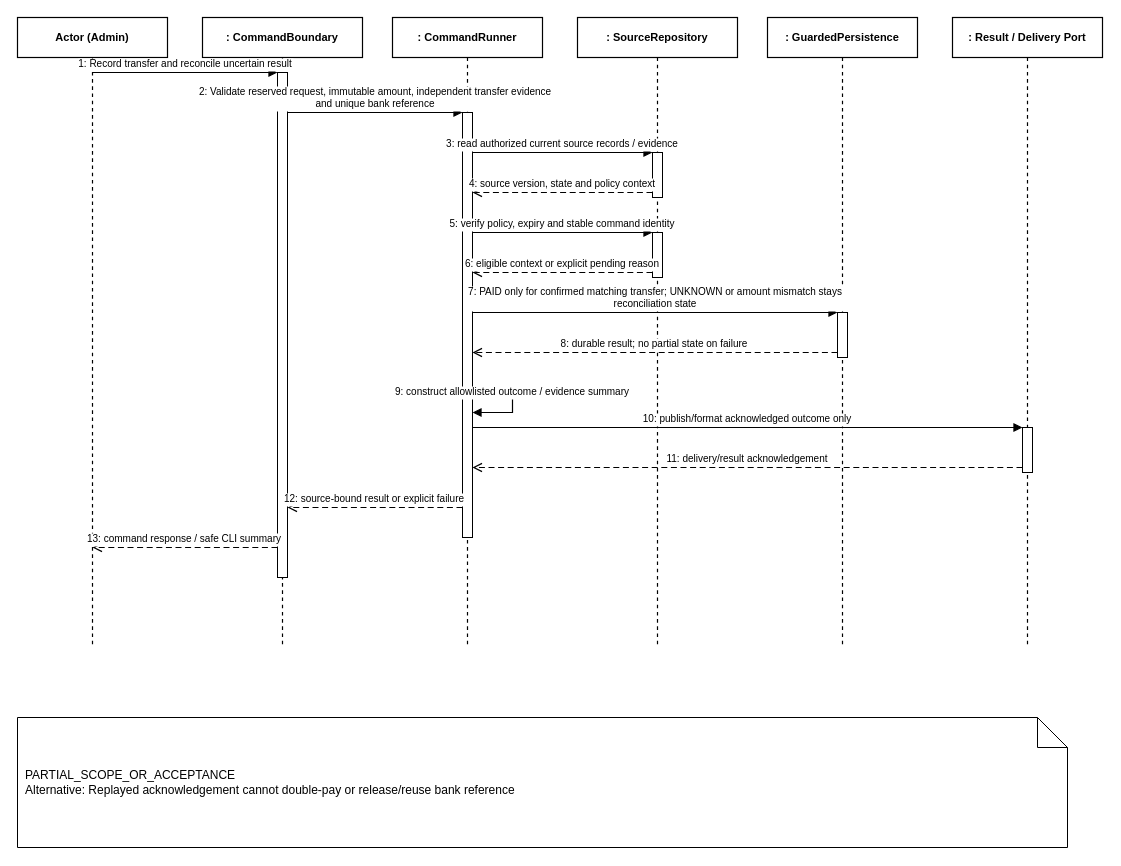
Before: doc/reports/report4/sequence/fin-03.drawio in ngocthanhhx7/SEP490_G101_FALL2026, a draw.io diagram. Source tidied: cells renumbered, new cells numbered last; positions are measured from the earlier drawing's top-left corner, leaving out a move shared by most shapes. Both pictures are drawn from the tidied source at 100%, with x=0, y=0 at pixel (17, 17).
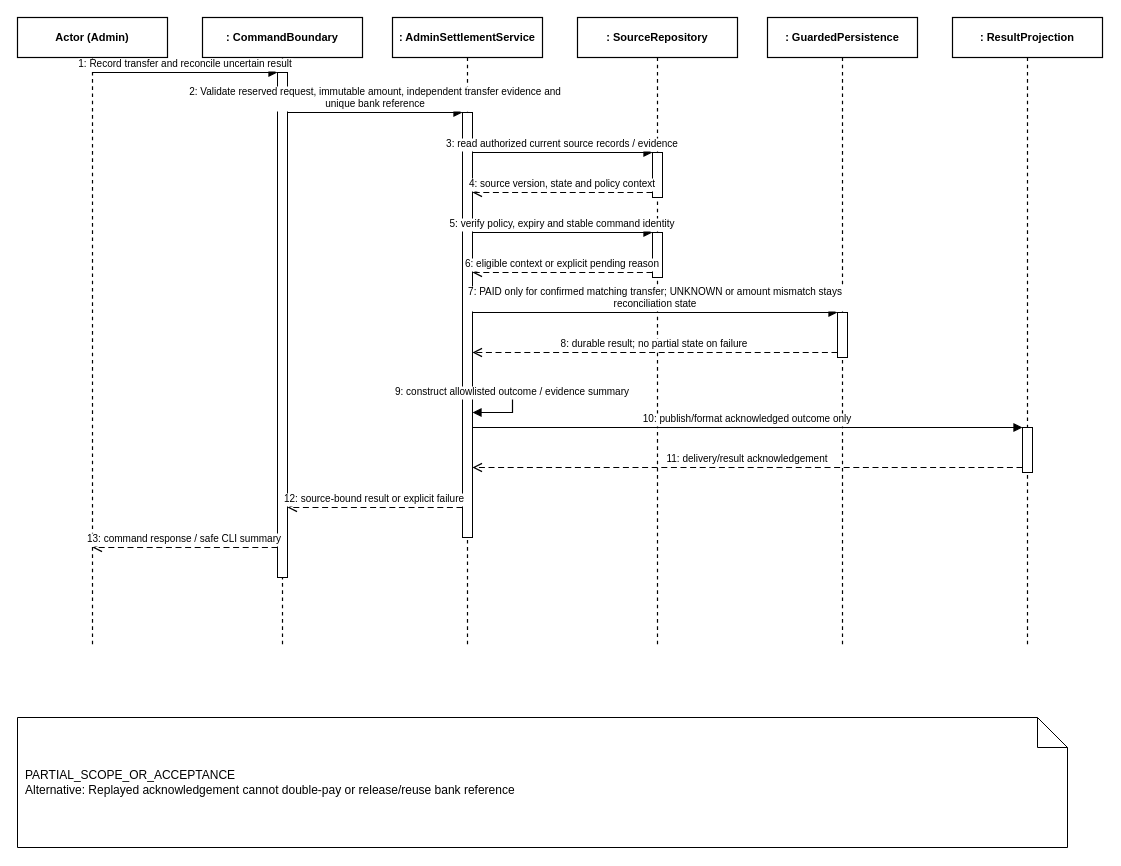
The same page after the edit.

What changed in the source:
```diff
@@
-    <mxCell id="4" value=": CommandRunner" style="shape=umlLifeline;perimeter=lifelinePerimeter;whiteSpace=wrap;html=0;size=40;fillColor=#FFFFFF;strokeColor=#000000;strokeWidth=1.2;fontStyle=1;fontSize=11;align=center;" parent="1" vertex="1">
+    <mxCell id="4" value=": AdminSettlementService" style="shape=umlLifeline;perimeter=lifelinePerimeter;whiteSpace=wrap;html=0;size=40;fillColor=#FFFFFF;strokeColor=#000000;strokeWidth=1.2;fontStyle=1;fontSize=11;align=center;" parent="1" vertex="1">
       <mxGeometry x="375" width="150" height="630" as="geometry" />
     </mxCell>
@@
-    <mxCell id="7" value=": Result / Delivery Port" style="shape=umlLifeline;perimeter=lifelinePerimeter;whiteSpace=wrap;html=0;size=40;fillColor=#FFFFFF;strokeColor=#000000;strokeWidth=1.2;fontStyle=1;fontSize=11;align=center;" parent="1" vertex="1">
+    <mxCell id="7" value=": ResultProjection" style="shape=umlLifeline;perimeter=lifelinePerimeter;whiteSpace=wrap;html=0;size=40;fillColor=#FFFFFF;strokeColor=#000000;strokeWidth=1.2;fontStyle=1;fontSize=11;align=center;" parent="1" vertex="1">
       <mxGeometry x="935" width="150" height="630" as="geometry" />
     </mxCell>
@@
-    <mxCell id="15" value="2: Validate reserved request, immutable amount, independent transfer evidence&#10;and unique bank reference" style="html=0;verticalAlign=bottom;endArrow=block;endFill=1;strokeColor=#000000;strokeWidth=1.2;fontSize=10;fontColor=#000000;edgeStyle=orthogonalEdgeStyle;rounded=0;" parent="1" edge="1">
+    <mxCell id="15" value="2: Validate reserved request, immutable amount, independent transfer evidence and&#10;unique bank reference" style="html=0;verticalAlign=bottom;endArrow=block;endFill=1;strokeColor=#000000;strokeWidth=1.2;fontSize=10;fontColor=#000000;edgeStyle=orthogonalEdgeStyle;rounded=0;" parent="1" edge="1">
       <mxGeometry relative="1" as="geometry">
         <mxPoint x="270" y="95" as="sourcePoint" />
         <mxPoint x="445" y="95" as="targetPoint" />
       </mxGeometry>
     </mxCell>
```
